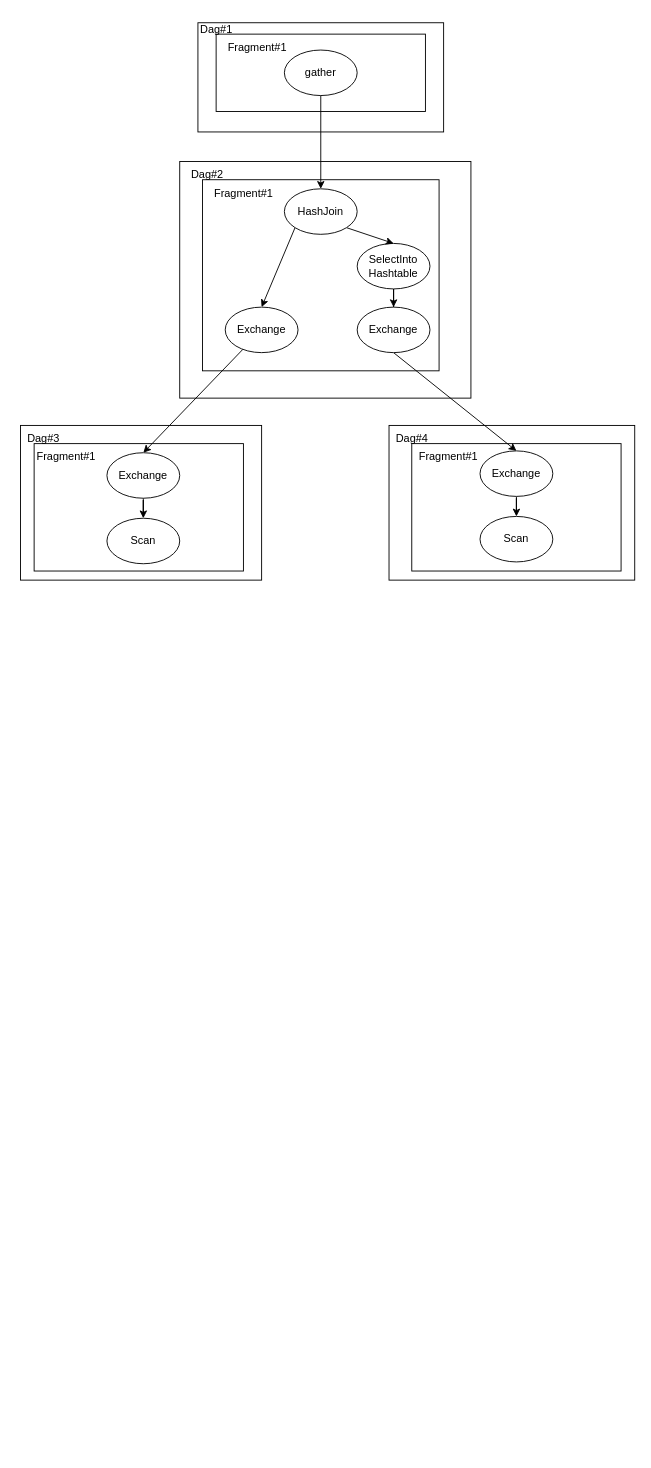
KaiSongXie/drawio keeps this draw.io diagram as pic/hashjoin图示.drawio. Above is the earlier version. Source tidied: cells renumbered, new cells numbered last; positions are measured from the earlier drawing's top-left corner, leaving out a move shared by most shapes. Both pictures are drawn from the tidied source at 91%, with x=0, y=0 at pixel (15, 15).
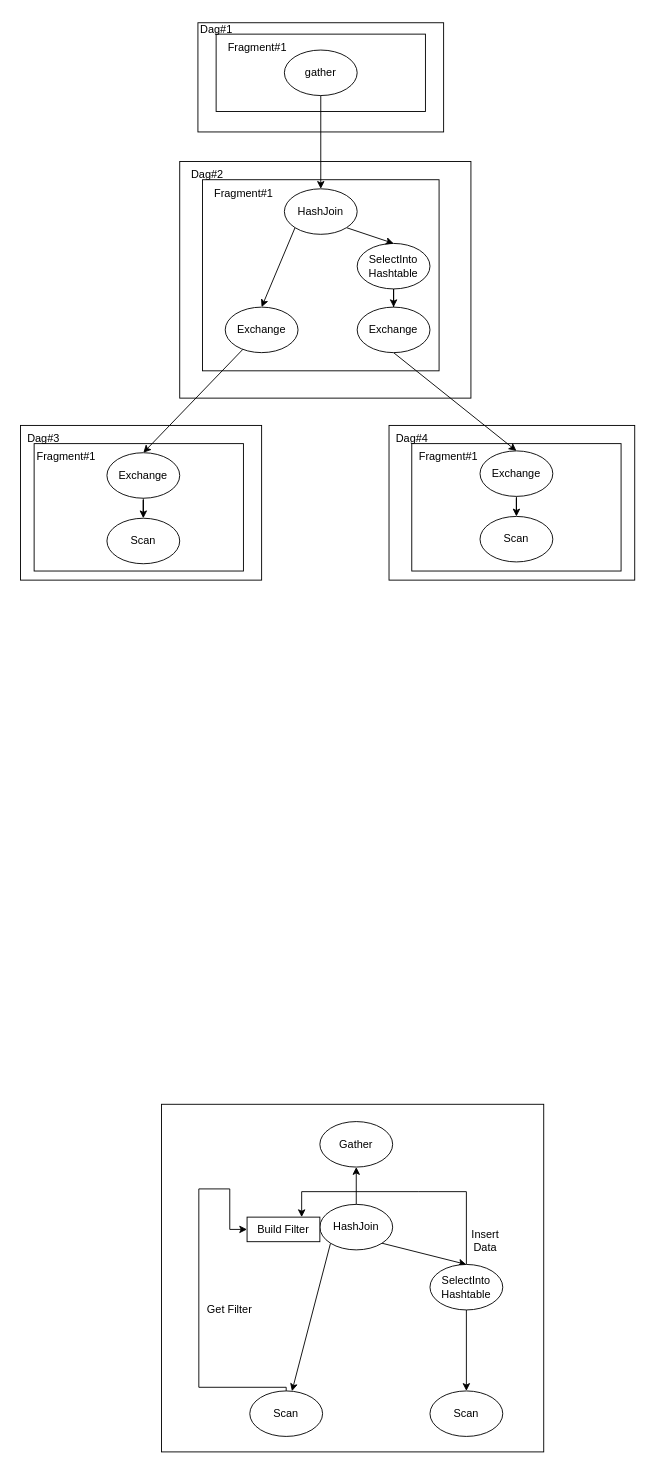
The same page after the edit.

Diff of the diagram source:
```diff
@@
+    <mxCell id="35" style="rounded=0;whiteSpace=wrap;html=1;" parent="1" vertex="1">
+      <mxGeometry x="160" y="1196" width="420" height="382" as="geometry" />
+    </mxCell>
+    <mxCell id="36" style="rounded=0;jettySize=auto;html=1;exitX=1;exitY=1;exitDx=0;exitDy=0;entryX=0.5;entryY=0;entryDx=0;entryDy=0;" parent="1" edge="1" source="39" target="42">
+      <mxGeometry relative="1" as="geometry" />
+    </mxCell>
+    <mxCell id="37" style="rounded=0;jettySize=auto;html=1;exitX=0;exitY=1;exitDx=0;exitDy=0;" parent="1" edge="1" source="39" target="44">
+      <mxGeometry relative="1" as="geometry" />
+    </mxCell>
+    <mxCell id="38" style="edgeStyle=orthogonalEdgeStyle;rounded=0;jettySize=auto;html=1;" parent="1" edge="1" source="39" target="49">
+      <mxGeometry relative="1" as="geometry" />
+    </mxCell>
+    <mxCell id="39" value="HashJoin" style="ellipse;whiteSpace=wrap;html=1;" parent="1" vertex="1">
+      <mxGeometry x="334" y="1306" width="80" height="50" as="geometry" />
+    </mxCell>
+    <mxCell id="40" style="edgeStyle=orthogonalEdgeStyle;rounded=0;jettySize=auto;html=1;" parent="1" edge="1" source="42" target="43">
+      <mxGeometry relative="1" as="geometry" />
+    </mxCell>
+    <mxCell id="41" style="edgeStyle=orthogonalEdgeStyle;rounded=0;jettySize=auto;html=1;entryX=0.75;entryY=0;entryDx=0;entryDy=0;" parent="1" edge="1" source="42" target="46">
+      <mxGeometry relative="1" as="geometry">
+        <Array as="points">
+          <mxPoint x="442" y="1292" />
+          <mxPoint x="264" y="1292" />
+        </Array>
+      </mxGeometry>
+    </mxCell>
+    <mxCell id="42" value="SelectInto&lt;br&gt;Hashtable" style="ellipse;whiteSpace=wrap;html=1;" parent="1" vertex="1">
+      <mxGeometry x="455" y="1372" width="80" height="50" as="geometry" />
+    </mxCell>
+    <mxCell id="43" value="Scan" style="ellipse;whiteSpace=wrap;html=1;" parent="1" vertex="1">
+      <mxGeometry x="455" y="1511" width="80" height="50" as="geometry" />
+    </mxCell>
+    <mxCell id="44" value="Scan" style="ellipse;whiteSpace=wrap;html=1;" parent="1" vertex="1">
+      <mxGeometry x="257" y="1511" width="80" height="50" as="geometry" />
+    </mxCell>
+    <mxCell id="45" style="edgeStyle=orthogonalEdgeStyle;rounded=0;jettySize=auto;html=1;entryX=0.5;entryY=0;entryDx=0;entryDy=0;endArrow=none;endFill=0;startArrow=classic;startFill=1;" parent="1" edge="1" source="46" target="44">
+      <mxGeometry relative="1" as="geometry">
+        <Array as="points">
+          <mxPoint x="235" y="1334" />
+          <mxPoint x="235" y="1289" />
+          <mxPoint x="201" y="1289" />
+          <mxPoint x="201" y="1507" />
+        </Array>
+      </mxGeometry>
+    </mxCell>
+    <mxCell id="46" value="Build Filter" style="rounded=0;whiteSpace=wrap;html=1;" parent="1" vertex="1">
+      <mxGeometry x="254" y="1320" width="80" height="27" as="geometry" />
+    </mxCell>
+    <mxCell id="47" value="Get Filter" style="text;html=1;strokeColor=none;fillColor=none;align=center;verticalAlign=middle;whiteSpace=wrap;rounded=0;" parent="1" vertex="1">
+      <mxGeometry x="205" y="1407" width="60" height="30" as="geometry" />
+    </mxCell>
+    <mxCell id="48" value="Insert Data" style="text;html=1;strokeColor=none;fillColor=none;align=center;verticalAlign=middle;whiteSpace=wrap;rounded=0;" parent="1" vertex="1">
+      <mxGeometry x="486" y="1331" width="60" height="30" as="geometry" />
+    </mxCell>
+    <mxCell id="49" value="Gather" style="ellipse;whiteSpace=wrap;html=1;" parent="1" vertex="1">
+      <mxGeometry x="334" y="1215" width="80" height="50" as="geometry" />
+    </mxCell>
```
